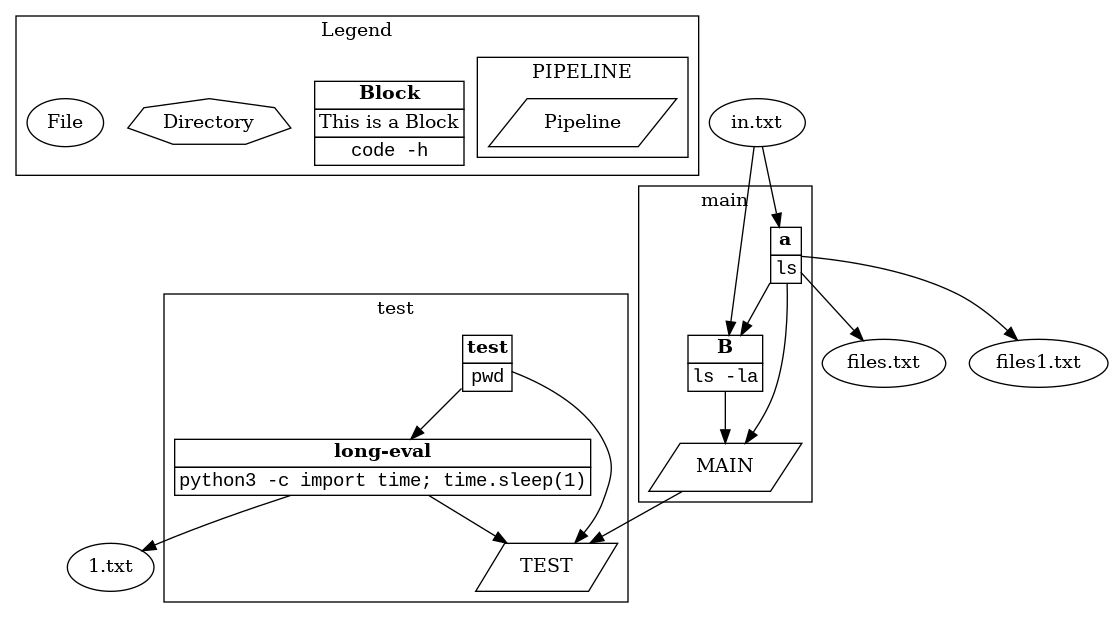
Above: examples/example/graph.png in tivvit/yap (Graphviz), before the change. Its source is kept beside it as examples/example/graph.dot.
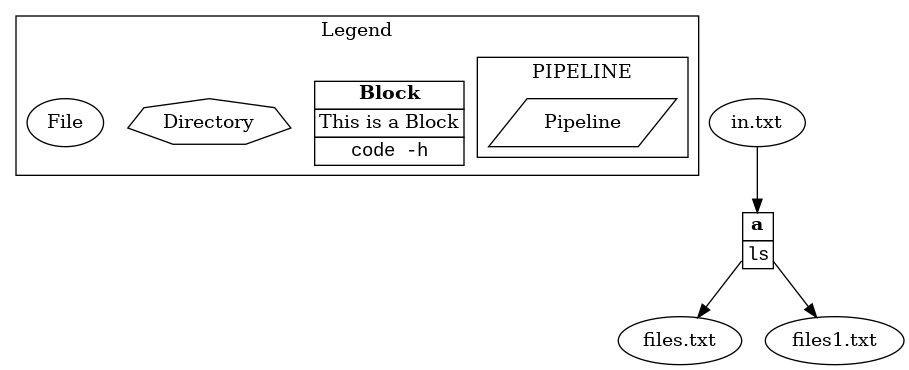
Above is the later version.

What changed in the source:
```diff
@@ -1,46 +1,23 @@
 digraph  {
-	subgraph cluster_s2 {
-		ID = "cluster_s2";
+	subgraph cluster_s0 {
+		ID = "cluster_s0";
 		subgraph cluster_s0 {
 			ID = "cluster_s0";
 			label="PIPELINE";
-			n13[label="Pipeline",shape="parallelogram"];
+			n7[label="Pipeline",shape="parallelogram"];
 
 		}label="Legend";
-		n14[label=<<table border="0" cellborder="1" cellspacing="0"><tr><td><b>Block</b></td></tr><tr><td>This is a Block</td></tr><tr><td><font face="Courier New, Courier, monospace">code -h</font></td></tr></table>>,shape="plain"];
-		n12[label="Directory",shape="septagon"];
-		n11[label="File",shape="oval"];
-
-	}subgraph cluster_s0 {
-		ID = "cluster_s0";
-		label="main";
-		n2[label=<<table border="0" cellborder="1" cellspacing="0"><tr><td><b>B</b></td></tr><tr><td><font face="Courier New, Courier, monospace">ls -la</font></td></tr></table>>,shape="plain"];
-		n3[label=<<table border="0" cellborder="1" cellspacing="0"><tr><td><b>a</b></td></tr><tr><td><font face="Courier New, Courier, monospace">ls</font></td></tr></table>>,shape="plain"];
-		n1[label="MAIN",shape="parallelogram"];
-
-	}subgraph cluster_s1 {
-		ID = "cluster_s1";
-		label="test";
-		n6[label=<<table border="0" cellborder="1" cellspacing="0"><tr><td><b>long-eval</b></td></tr><tr><td><font face="Courier New, Courier, monospace">python3 -c import time; time.sleep(1)</font></td></tr></table>>,shape="plain"];
-		n5[label=<<table border="0" cellborder="1" cellspacing="0"><tr><td><b>test</b></td></tr><tr><td><font face="Courier New, Courier, monospace">pwd</font></td></tr></table>>,shape="plain"];
-		n4[label="TEST",shape="parallelogram"];
+		n8[label=<<table border="0" cellborder="1" cellspacing="0"><tr><td><b>Block</b></td></tr><tr><td>This is a Block</td></tr><tr><td><font face="Courier New, Courier, monospace">code -h</font></td></tr></table>>,shape="plain"];
+		n6[label="Directory",shape="septagon"];
+		n5[label="File",shape="oval"];
 
 	}
-	n10[label="1.txt",shape="oval"];
-	n8[label="files.txt",shape="oval"];
-	n9[label="files1.txt",shape="oval"];
-	n7[label="in.txt",shape="oval"];
+	n2[label=<<table border="0" cellborder="1" cellspacing="0"><tr><td><b>a</b></td></tr><tr><td><font face="Courier New, Courier, monospace">ls</font></td></tr></table>>,shape="plain"];
+	n1[label="files.txt",shape="oval"];
+	n4[label="files1.txt",shape="oval"];
+	n3[label="in.txt",shape="oval"];
 	n2->n1;
+	n2->n4;
 	n3->n2;
-	n3->n8;
-	n3->n9;
-	n3->n1;
-	n6->n10;
-	n6->n4;
-	n5->n6;
-	n5->n4;
-	n7->n2;
-	n7->n3;
-	n1->n4;
 
 }
```
